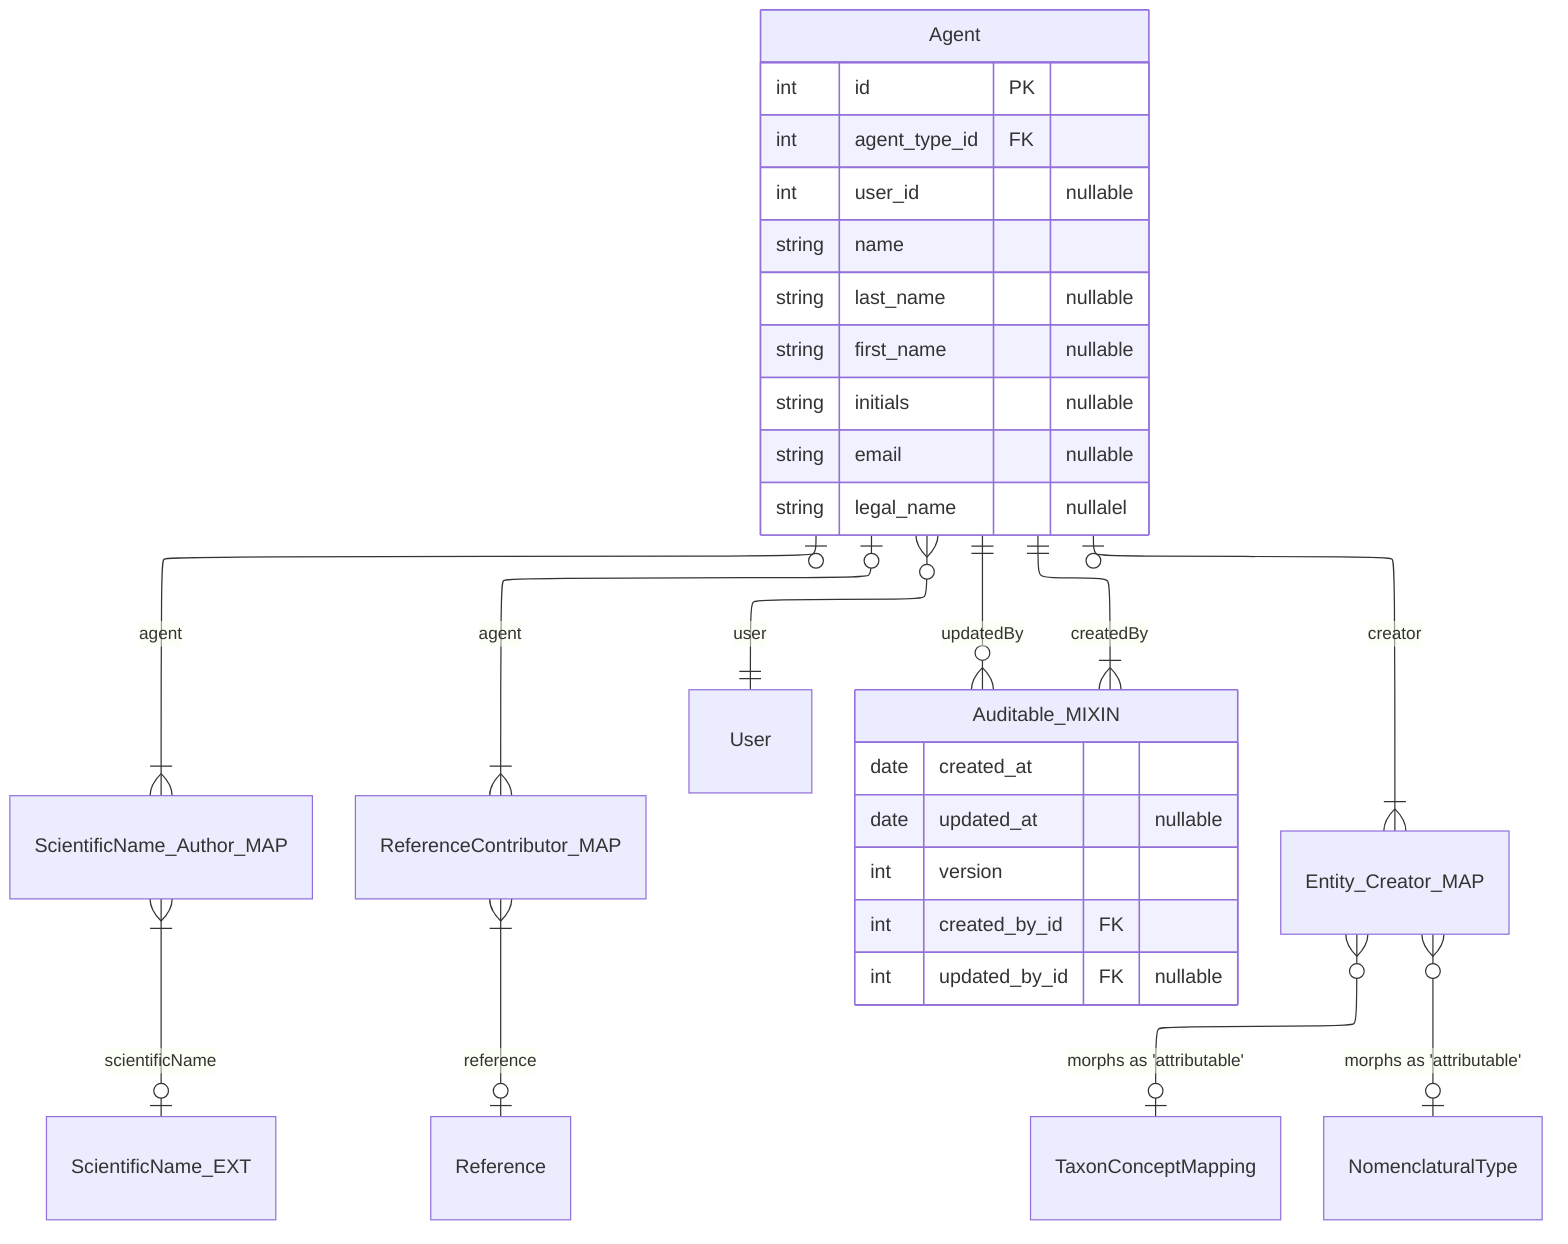
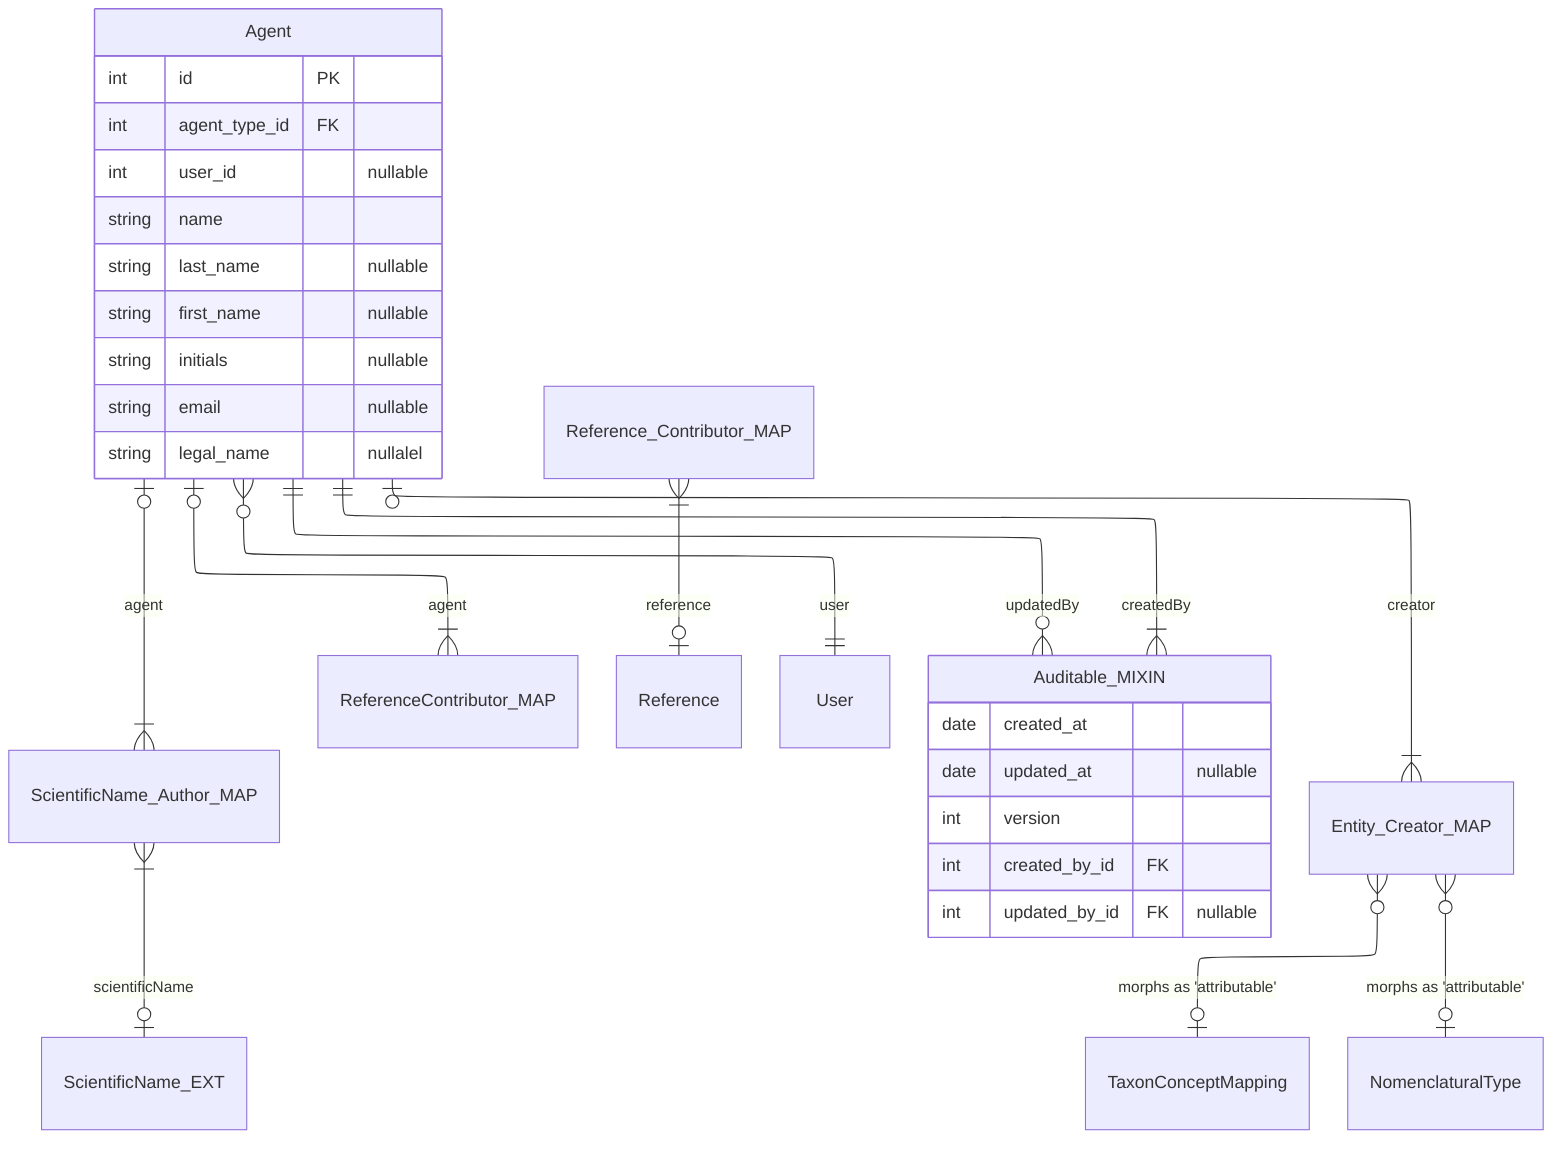
---
config:
  layout: elk
---
erDiagram

  Agent |o--|{ScientificName_Author_MAP : "agent"
  ScientificName_Author_MAP }|--o| ScientificName_EXT : "scientificName"

  Agent |o--|{ ReferenceContributor_MAP : agent
-   ReferenceContributor_MAP }|--o| Reference : "reference"
+   Reference_Contributor_MAP }|--o| Reference : "reference"

  Agent }o--|| User : user
  Agent ||--|{ Auditable_MIXIN : "createdBy"
  Agent ||--o{ Auditable_MIXIN : "updatedBy"

  Agent |o--|{ Entity_Creator_MAP : "creator"
  Entity_Creator_MAP }o--o| TaxonConceptMapping : "morphs as 'attributable'"
  Entity_Creator_MAP }o--o| NomenclaturalType : "morphs as 'attributable'"

  Agent {
    int id PK
    int agent_type_id FK
    int user_id "nullable"
    string name
    string last_name "nullable"
    string first_name "nullable"
    string initials "nullable"
    string email "nullable"
    string legal_name "nullalel"
  }

  Auditable_MIXIN {
    date created_at
    date updated_at "nullable"
    int version
    int created_by_id FK
    int updated_by_id FK "nullable"
  }